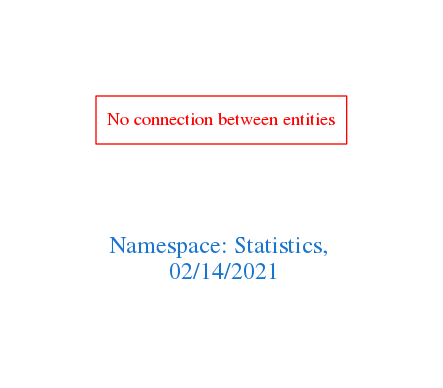
Earlier version of the Graphviz export downloads/Statistics.png (arago/OGIT). Its source is kept beside it as downloads/Statistics.dot.
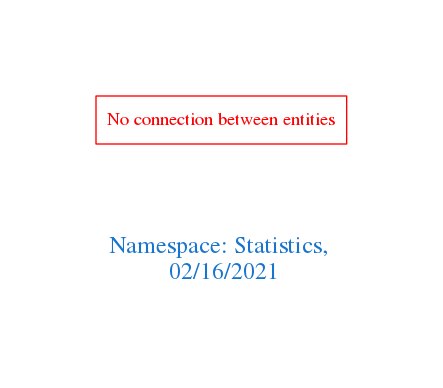
Later version of the same file.

The edit, as a diff of the source:
```diff
@@ -1,7 +1,7 @@
 digraph OGIT_ontology {
  graph [ rankdir= LR,pad=1
 fontsize = 18,
-fontcolor= dodgerblue3,label = "\n\n\nNamespace: Statistics, \n 02/14/2021"];
+fontcolor= dodgerblue3,label = "\n\n\nNamespace: Statistics, \n 02/16/2021"];
 node[shape=polygon];
 edge [  color="gray81"];
 
```
